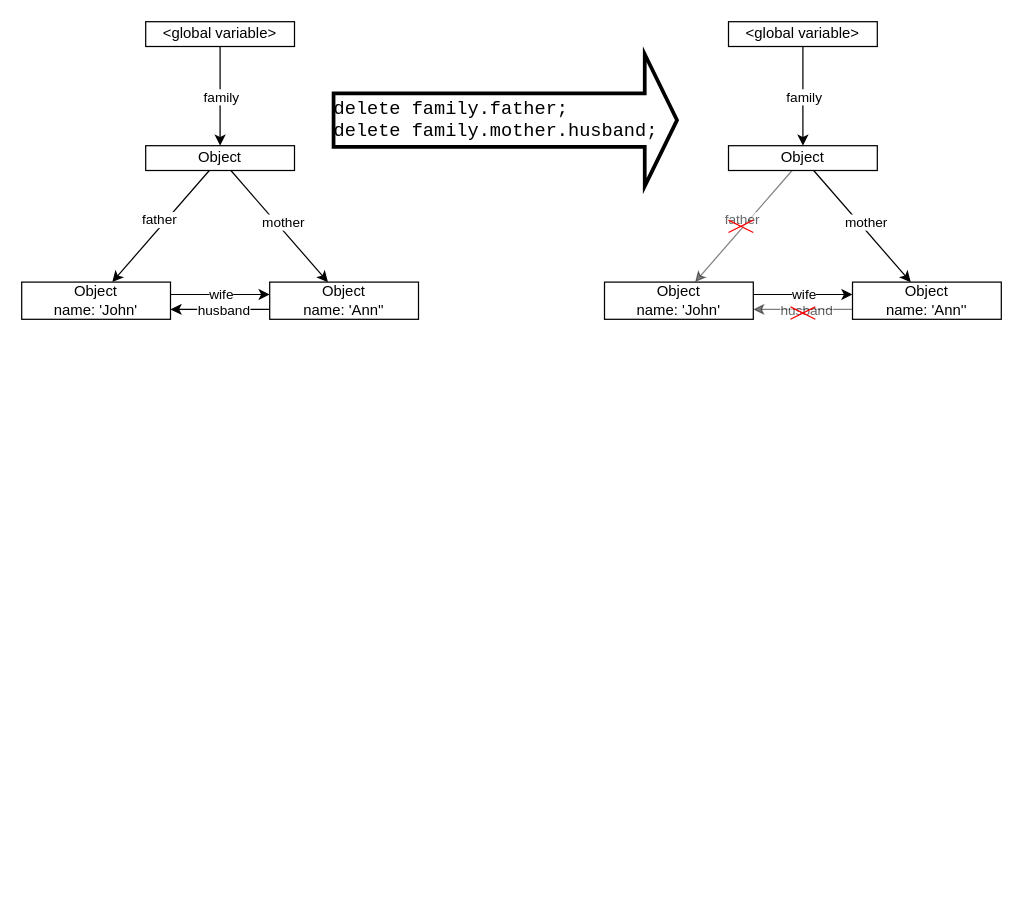
The draw.io diagram relatedObjects.drawio in Gismanus/LJS-objects-, before the edit. Source tidied: cells renumbered, new cells numbered last; positions are measured from the earlier drawing's top-left corner, leaving out a move shared by most shapes. Both pictures are drawn from the tidied source at 124%, with x=0, y=0 at pixel (21, 21). Pictures stored in the file or linked from it are replaced by grey dashed boxes.
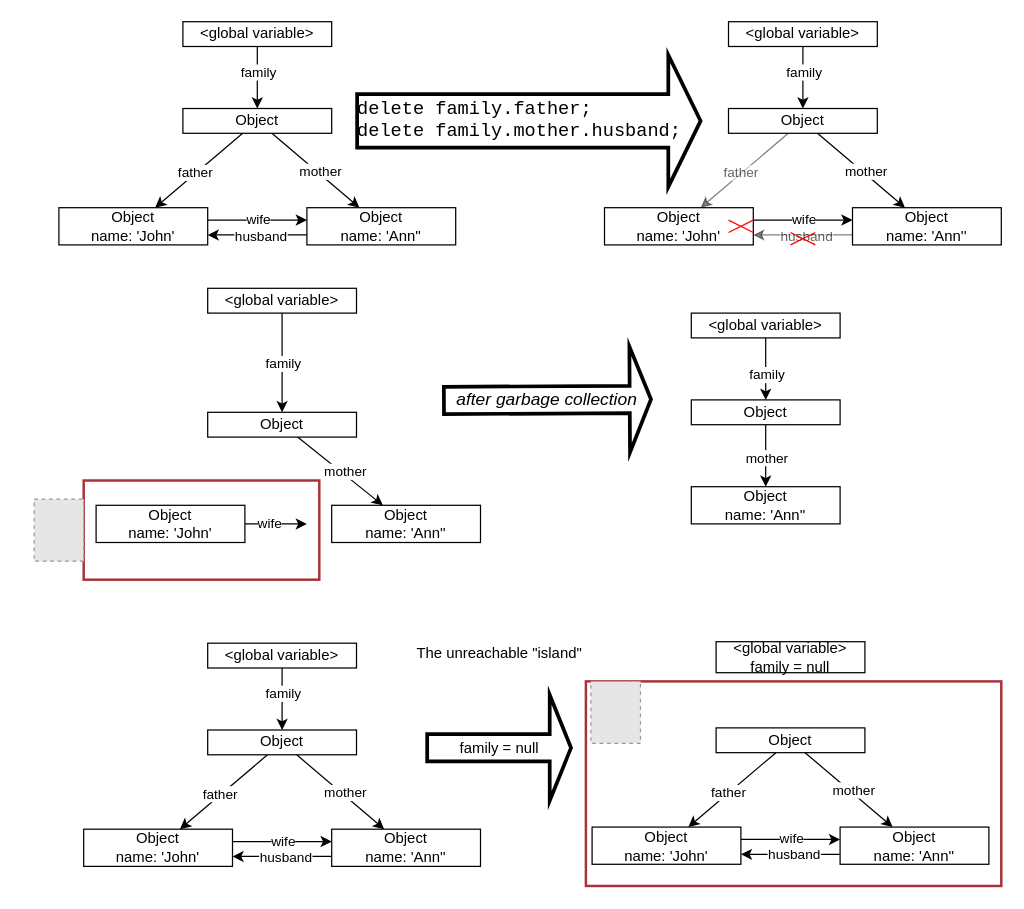
The same page after the edit.

Commit message (it also covers changes not shown here):
decloarate diagramm

Unchanged cells that the change refers to:
```xml
<mxCell id="2" style="jettySize=auto;html=1;rounded=0;jumpStyle=none;" parent="1" edge="1" source="4" target="9">
  <mxGeometry relative="1" as="geometry" />
</mxCell>
<mxCell id="16" style="jettySize=auto;html=1;rounded=0;jumpStyle=none;" parent="1" edge="1" source="18" target="23">
  <mxGeometry relative="1" as="geometry" />
</mxCell>
```

The edit, as a diff of the source:
```diff
@@
+    <mxCell id="38" style="rounded=0;whiteSpace=wrap;html=1;labelBackgroundColor=none;fontColor=default;fillColor=none;strokeWidth=2;strokeColor=#A7333A;" parent="1" vertex="1">
+      <mxGeometry x="455" y="532" width="335" height="165" as="geometry" />
+    </mxCell>
@@
     <mxCell id="3" value="family" style="edgeLabel;html=1;align=center;verticalAlign=middle;" parent="2" vertex="1">
       <mxGeometry x="-0.25" y="4" relative="1" as="geometry">
-        <mxPoint x="-4" y="10" as="offset" />
+        <mxPoint x="-4" y="1" as="offset" />
       </mxGeometry>
     </mxCell>
     <mxCell id="4" value="&amp;lt;global variable&amp;gt;" style="rounded=0;whiteSpace=wrap;html=1;" parent="1" vertex="1">
-      <mxGeometry x="100" width="120" height="20" as="geometry" />
+      <mxGeometry x="130" width="120" height="20" as="geometry" />
     </mxCell>
@@
     <mxCell id="9" value="Object" style="rounded=0;whiteSpace=wrap;html=1;" parent="1" vertex="1">
-      <mxGeometry x="100" y="100" width="120" height="20" as="geometry" />
+      <mxGeometry x="130" y="70" width="120" height="20" as="geometry" />
     </mxCell>
     <mxCell id="10" style="orthogonalLoop=1;jettySize=auto;html=1;rounded=0;jumpStyle=none;" parent="1" edge="1">
       <mxGeometry relative="1" as="geometry">
-        <mxPoint x="120" y="220" as="sourcePoint" />
-        <mxPoint x="200" y="220" as="targetPoint" />
+        <mxPoint x="150" y="160" as="sourcePoint" />
+        <mxPoint x="230" y="160" as="targetPoint" />
       </mxGeometry>
     </mxCell>
@@
     <mxCell id="12" value="Object&lt;br&gt;name: 'John'" style="rounded=0;whiteSpace=wrap;html=1;" parent="1" vertex="1">
-      <mxGeometry y="210" width="120" height="30" as="geometry" />
+      <mxGeometry x="30" y="150" width="120" height="30" as="geometry" />
     </mxCell>
     <mxCell id="13" style="edgeStyle=none;rounded=0;jumpStyle=none;orthogonalLoop=1;jettySize=auto;html=1;" parent="1" edge="1">
       <mxGeometry relative="1" as="geometry">
-        <mxPoint x="200" y="232" as="sourcePoint" />
-        <mxPoint x="120" y="232" as="targetPoint" />
+        <mxPoint x="230" y="172" as="sourcePoint" />
+        <mxPoint x="150" y="172" as="targetPoint" />
       </mxGeometry>
     </mxCell>
@@
     <mxCell id="15" value="Object&lt;br&gt;name: 'Ann''" style="rounded=0;whiteSpace=wrap;html=1;" parent="1" vertex="1">
-      <mxGeometry x="200" y="210" width="120" height="30" as="geometry" />
+      <mxGeometry x="230" y="150" width="120" height="30" as="geometry" />
     </mxCell>
@@
     <mxCell id="17" value="family" style="edgeLabel;html=1;align=center;verticalAlign=middle;" parent="16" vertex="1">
       <mxGeometry x="-0.25" y="4" relative="1" as="geometry">
-        <mxPoint x="-4" y="10" as="offset" />
+        <mxPoint x="-4" y="1" as="offset" />
       </mxGeometry>
     </mxCell>
@@
     <mxCell id="23" value="Object" style="rounded=0;whiteSpace=wrap;html=1;" parent="1" vertex="1">
-      <mxGeometry x="570" y="100" width="120" height="20" as="geometry" />
+      <mxGeometry x="570" y="70" width="120" height="20" as="geometry" />
     </mxCell>
     <mxCell id="24" style="orthogonalLoop=1;jettySize=auto;html=1;rounded=0;jumpStyle=none;" parent="1" edge="1">
       <mxGeometry relative="1" as="geometry">
-        <mxPoint x="590" y="220" as="sourcePoint" />
-        <mxPoint x="670" y="220" as="targetPoint" />
+        <mxPoint x="590" y="160" as="sourcePoint" />
+        <mxPoint x="670" y="160" as="targetPoint" />
       </mxGeometry>
     </mxCell>
@@
     <mxCell id="26" value="Object&lt;br&gt;name: 'John'" style="rounded=0;whiteSpace=wrap;html=1;" parent="1" vertex="1">
-      <mxGeometry x="470" y="210" width="120" height="30" as="geometry" />
+      <mxGeometry x="470" y="150" width="120" height="30" as="geometry" />
     </mxCell>
     <mxCell id="27" style="edgeStyle=none;rounded=0;jumpStyle=none;orthogonalLoop=1;jettySize=auto;html=1;textOpacity=60;opacity=50;" parent="1" edge="1">
       <mxGeometry relative="1" as="geometry">
-        <mxPoint x="670" y="232" as="sourcePoint" />
-        <mxPoint x="590" y="232" as="targetPoint" />
+        <mxPoint x="670" y="172" as="sourcePoint" />
+        <mxPoint x="590" y="172" as="targetPoint" />
       </mxGeometry>
     </mxCell>
@@
     <mxCell id="29" value="Object&lt;br&gt;name: 'Ann''" style="rounded=0;whiteSpace=wrap;html=1;" parent="1" vertex="1">
-      <mxGeometry x="670" y="210" width="120" height="30" as="geometry" />
+      <mxGeometry x="670" y="150" width="120" height="30" as="geometry" />
     </mxCell>
     <mxCell id="30" value="&lt;span style=&quot;font-family: Consolas, &amp;quot;Lucida Console&amp;quot;, Menlo, Monaco, monospace; font-size: 15px;&quot; class=&quot;token keyword&quot;&gt;delete&lt;/span&gt;&lt;span style=&quot;font-family: Consolas, &amp;quot;Lucida Console&amp;quot;, Menlo, Monaco, monospace; font-size: 15px;&quot;&gt; family&lt;/span&gt;&lt;span style=&quot;font-family: Consolas, &amp;quot;Lucida Console&amp;quot;, Menlo, Monaco, monospace; font-size: 15px;&quot; class=&quot;token punctuation&quot;&gt;.&lt;/span&gt;&lt;span style=&quot;font-family: Consolas, &amp;quot;Lucida Console&amp;quot;, Menlo, Monaco, monospace; font-size: 15px;&quot;&gt;father&lt;/span&gt;&lt;span style=&quot;font-family: Consolas, &amp;quot;Lucida Console&amp;quot;, Menlo, Monaco, monospace; font-size: 15px;&quot; class=&quot;token punctuation&quot;&gt;;&lt;/span&gt;&lt;span style=&quot;font-family: Consolas, &amp;quot;Lucida Console&amp;quot;, Menlo, Monaco, monospace; font-size: 15px;&quot;&gt;&lt;br&gt;&lt;/span&gt;&lt;span style=&quot;font-family: Consolas, &amp;quot;Lucida Console&amp;quot;, Menlo, Monaco, monospace; font-size: 15px;&quot; class=&quot;token keyword&quot;&gt;delete&lt;/span&gt;&lt;span style=&quot;font-family: Consolas, &amp;quot;Lucida Console&amp;quot;, Menlo, Monaco, monospace; font-size: 15px;&quot;&gt; family&lt;/span&gt;&lt;span style=&quot;font-family: Consolas, &amp;quot;Lucida Console&amp;quot;, Menlo, Monaco, monospace; font-size: 15px;&quot; class=&quot;token punctuation&quot;&gt;.&lt;/span&gt;&lt;span style=&quot;font-family: Consolas, &amp;quot;Lucida Console&amp;quot;, Menlo, Monaco, monospace; font-size: 15px;&quot;&gt;mother&lt;/span&gt;&lt;span style=&quot;font-family: Consolas, &amp;quot;Lucida Console&amp;quot;, Menlo, Monaco, monospace; font-size: 15px;&quot; class=&quot;token punctuation&quot;&gt;.&lt;/span&gt;&lt;span style=&quot;font-family: Consolas, &amp;quot;Lucida Console&amp;quot;, Menlo, Monaco, monospace; font-size: 15px;&quot;&gt;husband&lt;/span&gt;&lt;span style=&quot;font-family: Consolas, &amp;quot;Lucida Console&amp;quot;, Menlo, Monaco, monospace; font-size: 15px;&quot; class=&quot;token punctuation&quot;&gt;;&lt;/span&gt;" style="rounded=0;whiteSpace=wrap;html=1;align=left;fillColor=none;strokeColor=none;fontColor=default;labelBackgroundColor=none;" parent="1" vertex="1">
-      <mxGeometry x="250" y="60" width="270" height="40" as="geometry" />
+      <mxGeometry x="269" y="60" width="270" height="40" as="geometry" />
     </mxCell>
     <mxCell id="31" style="shape=flexArrow;endArrow=classic;html=1;rounded=0;jumpStyle=none;width=41.05263157894737;endSize=7.684210526315789;endWidth=60.332409972299175;strokeWidth=3;" parent="1" edge="1">
       <mxGeometry relative="1" as="geometry">
-        <mxPoint x="250" y="79.4" as="sourcePoint" />
-        <mxPoint x="530" y="79.4" as="targetPoint" />
+        <mxPoint x="269" y="80" as="sourcePoint" />
+        <mxPoint x="549" y="80" as="targetPoint" />
       </mxGeometry>
     </mxCell>
     <mxCell id="32" style="group;" parent="1" vertex="1">
-      <mxGeometry x="620" y="230" width="20" height="10" as="geometry" />
+      <mxGeometry x="620" y="170" width="20" height="10" as="geometry" />
     </mxCell>
@@
+    <mxCell id="39" style="jettySize=auto;html=1;rounded=0;jumpStyle=none;" parent="1" edge="1" source="41" target="44">
+      <mxGeometry relative="1" as="geometry" />
+    </mxCell>
+    <mxCell id="40" value="family" style="edgeLabel;html=1;align=center;verticalAlign=middle;" parent="39" vertex="1">
+      <mxGeometry x="-0.25" y="4" relative="1" as="geometry">
+        <mxPoint x="-4" y="10" as="offset" />
+      </mxGeometry>
+    </mxCell>
+    <mxCell id="41" value="&amp;lt;global variable&amp;gt;" style="rounded=0;whiteSpace=wrap;html=1;" parent="1" vertex="1">
+      <mxGeometry x="150" y="215" width="120" height="20" as="geometry" />
+    </mxCell>
+    <mxCell id="42" style="edgeStyle=none;rounded=0;jumpStyle=none;jettySize=auto;html=1;" parent="1" edge="1" source="44" target="48">
+      <mxGeometry relative="1" as="geometry" />
+    </mxCell>
+    <mxCell id="43" value="mother" style="edgeLabel;html=1;align=center;verticalAlign=middle;" parent="42" vertex="1">
+      <mxGeometry x="-0.27" relative="1" as="geometry">
+        <mxPoint x="13" y="8" as="offset" />
+      </mxGeometry>
+    </mxCell>
+    <mxCell id="44" value="Object" style="rounded=0;whiteSpace=wrap;html=1;" parent="1" vertex="1">
+      <mxGeometry x="150" y="315" width="120" height="20" as="geometry" />
+    </mxCell>
+    <mxCell id="45" style="jettySize=auto;html=1;rounded=0;jumpStyle=none;" parent="1" edge="1" source="47">
+      <mxGeometry relative="1" as="geometry">
+        <mxPoint x="230" y="405" as="targetPoint" />
+      </mxGeometry>
+    </mxCell>
+    <mxCell id="46" value="wife" style="edgeLabel;html=1;align=center;verticalAlign=middle;" parent="45" vertex="1">
+      <mxGeometry x="0.37" relative="1" as="geometry">
+        <mxPoint x="-15" y="-1" as="offset" />
+      </mxGeometry>
+    </mxCell>
+    <mxCell id="47" value="Object&lt;br&gt;name: 'John'" style="rounded=0;whiteSpace=wrap;html=1;" parent="1" vertex="1">
+      <mxGeometry x="60" y="390" width="120" height="30" as="geometry" />
+    </mxCell>
+    <mxCell id="48" value="Object&lt;br&gt;name: 'Ann''" style="rounded=0;whiteSpace=wrap;html=1;" parent="1" vertex="1">
+      <mxGeometry x="250" y="390" width="120" height="30" as="geometry" />
+    </mxCell>
+    <mxCell id="49" style="rounded=0;whiteSpace=wrap;html=1;labelBackgroundColor=none;fontColor=default;fillColor=none;strokeWidth=2;strokeColor=#A7333A;" parent="1" vertex="1">
+      <mxGeometry x="50" y="370" width="190" height="80" as="geometry" />
+    </mxCell>
+    <mxCell id="50" style="fillColor=#E6E6E6;strokeColor=#999999;dashed=1;verticalLabelPosition=bottom;labelBackgroundColor=default;verticalAlign=top;" parent="1" vertex="1">
+      <mxGeometry x="10" y="385" width="40" height="50" as="geometry" />
+    </mxCell>
+    <mxCell id="51" value="&lt;span style=&quot;font-family: sans-serif; font-size: 14px; font-style: italic; font-variant-ligatures: normal; font-variant-caps: normal; font-weight: 400; letter-spacing: normal; orphans: 2; text-align: start; text-indent: 0px; text-transform: none; widows: 2; word-spacing: 0px; -webkit-text-stroke-width: 0px; text-decoration-thickness: initial; text-decoration-style: initial; text-decoration-color: initial; float: none; display: inline !important;&quot;&gt;after garbage collection&lt;/span&gt;" style="text;whiteSpace=wrap;html=1;fontColor=default;labelBackgroundColor=none;verticalAlign=middle;" parent="1" vertex="1">
+      <mxGeometry x="349" y="295" width="150" height="20" as="geometry" />
+    </mxCell>
+    <mxCell id="52" style="shape=flexArrow;endArrow=classic;html=1;rounded=0;jumpStyle=none;width=20;endSize=4.725;endWidth=60.332409972299175;strokeWidth=3;" parent="1" edge="1">
+      <mxGeometry relative="1" as="geometry">
+        <mxPoint x="339" y="305.5" as="sourcePoint" />
+        <mxPoint x="509" y="304.5" as="targetPoint" />
+      </mxGeometry>
+    </mxCell>
+    <mxCell id="53" style="jettySize=auto;html=1;rounded=0;jumpStyle=none;" parent="1" edge="1" source="55" target="58">
+      <mxGeometry relative="1" as="geometry" />
+    </mxCell>
+    <mxCell id="54" value="family" style="edgeLabel;html=1;align=center;verticalAlign=middle;" parent="53" vertex="1">
+      <mxGeometry x="-0.25" y="4" relative="1" as="geometry">
+        <mxPoint x="-4" y="10" as="offset" />
+      </mxGeometry>
+    </mxCell>
+    <mxCell id="55" value="&amp;lt;global variable&amp;gt;" style="rounded=0;whiteSpace=wrap;html=1;" parent="1" vertex="1">
+      <mxGeometry x="540" y="235" width="120" height="20" as="geometry" />
+    </mxCell>
+    <mxCell id="56" style="edgeStyle=none;rounded=0;jumpStyle=none;jettySize=auto;html=1;" parent="1" edge="1" source="58" target="59">
+      <mxGeometry relative="1" as="geometry" />
+    </mxCell>
+    <mxCell id="57" value="mother" style="edgeLabel;html=1;align=center;verticalAlign=middle;" parent="56" vertex="1">
+      <mxGeometry x="-0.27" relative="1" as="geometry">
+        <mxPoint y="8" as="offset" />
+      </mxGeometry>
+    </mxCell>
+    <mxCell id="58" value="Object" style="rounded=0;whiteSpace=wrap;html=1;" parent="1" vertex="1">
+      <mxGeometry x="540" y="305" width="120" height="20" as="geometry" />
+    </mxCell>
+    <mxCell id="59" value="Object&lt;br&gt;name: 'Ann''" style="rounded=0;whiteSpace=wrap;html=1;" parent="1" vertex="1">
+      <mxGeometry x="540" y="375" width="120" height="30" as="geometry" />
+    </mxCell>
+    <mxCell id="60" value="&amp;lt;global variable&amp;gt;&lt;br&gt;family = null" style="rounded=0;whiteSpace=wrap;html=1;" parent="1" vertex="1">
+      <mxGeometry x="560" y="500" width="120" height="25" as="geometry" />
+    </mxCell>
+    <mxCell id="61" style="jettySize=auto;html=1;rounded=0;jumpStyle=none;" parent="1" edge="1" source="65" target="68">
+      <mxGeometry relative="1" as="geometry" />
+    </mxCell>
+    <mxCell id="62" value="father" style="edgeLabel;html=1;align=center;verticalAlign=middle;" parent="61" vertex="1">
+      <mxGeometry x="-0.44" y="-3" relative="1" as="geometry">
+        <mxPoint x="-17" y="17" as="offset" />
+      </mxGeometry>
+    </mxCell>
+    <mxCell id="63" style="edgeStyle=none;rounded=0;jumpStyle=none;jettySize=auto;html=1;" parent="1" edge="1" source="65" target="71">
+      <mxGeometry relative="1" as="geometry" />
+    </mxCell>
+    <mxCell id="64" value="mother" style="edgeLabel;html=1;align=center;verticalAlign=middle;" parent="63" vertex="1">
+      <mxGeometry x="-0.27" relative="1" as="geometry">
+        <mxPoint x="13" y="8" as="offset" />
+      </mxGeometry>
+    </mxCell>
+    <mxCell id="65" value="Object" style="rounded=0;whiteSpace=wrap;html=1;" parent="1" vertex="1">
+      <mxGeometry x="560" y="569.5" width="120" height="20" as="geometry" />
+    </mxCell>
+    <mxCell id="66" style="orthogonalLoop=1;jettySize=auto;html=1;rounded=0;jumpStyle=none;" parent="1" edge="1">
+      <mxGeometry relative="1" as="geometry">
+        <mxPoint x="580" y="659.5" as="sourcePoint" />
+        <mxPoint x="660" y="659.5" as="targetPoint" />
+      </mxGeometry>
+    </mxCell>
+    <mxCell id="67" value="wife" style="edgeLabel;html=1;align=center;verticalAlign=middle;" parent="66" vertex="1">
+      <mxGeometry x="0.37" relative="1" as="geometry">
+        <mxPoint x="-15" y="-1" as="offset" />
+      </mxGeometry>
+    </mxCell>
+    <mxCell id="68" value="Object&lt;br&gt;name: 'John'" style="rounded=0;whiteSpace=wrap;html=1;" parent="1" vertex="1">
+      <mxGeometry x="460" y="649.5" width="120" height="30" as="geometry" />
+    </mxCell>
+    <mxCell id="69" style="edgeStyle=none;rounded=0;jumpStyle=none;orthogonalLoop=1;jettySize=auto;html=1;" parent="1" edge="1">
+      <mxGeometry relative="1" as="geometry">
+        <mxPoint x="660" y="671.5" as="sourcePoint" />
+        <mxPoint x="580" y="671.5" as="targetPoint" />
+      </mxGeometry>
+    </mxCell>
+    <mxCell id="70" value="husband" style="edgeLabel;html=1;align=center;verticalAlign=middle;" parent="69" vertex="1">
+      <mxGeometry x="0.4" relative="1" as="geometry">
+        <mxPoint x="18" as="offset" />
+      </mxGeometry>
+    </mxCell>
+    <mxCell id="71" value="Object&lt;br&gt;name: 'Ann''" style="rounded=0;whiteSpace=wrap;html=1;" parent="1" vertex="1">
+      <mxGeometry x="660" y="649.5" width="120" height="30" as="geometry" />
+    </mxCell>
+    <mxCell id="72" style="fillColor=#E6E6E6;strokeColor=#999999;dashed=1;verticalLabelPosition=bottom;labelBackgroundColor=default;verticalAlign=top;" parent="1" vertex="1">
+      <mxGeometry x="459" y="532" width="40" height="50" as="geometry" />
+    </mxCell>
+    <mxCell id="73" style="jettySize=auto;html=1;rounded=0;jumpStyle=none;" parent="1" edge="1" source="75" target="80">
+      <mxGeometry relative="1" as="geometry" />
+    </mxCell>
+    <mxCell id="74" value="family" style="edgeLabel;html=1;align=center;verticalAlign=middle;" parent="73" vertex="1">
+      <mxGeometry x="-0.25" y="4" relative="1" as="geometry">
+        <mxPoint x="-4" y="1" as="offset" />
+      </mxGeometry>
+    </mxCell>
+    <mxCell id="75" value="&amp;lt;global variable&amp;gt;" style="rounded=0;whiteSpace=wrap;html=1;" parent="1" vertex="1">
+      <mxGeometry x="150" y="501.2" width="120" height="20" as="geometry" />
+    </mxCell>
+    <mxCell id="76" style="jettySize=auto;html=1;rounded=0;jumpStyle=none;" parent="1" edge="1" source="80" target="83">
+      <mxGeometry relative="1" as="geometry" />
+    </mxCell>
+    <mxCell id="77" value="father" style="edgeLabel;html=1;align=center;verticalAlign=middle;" parent="76" vertex="1">
+      <mxGeometry x="-0.44" y="-3" relative="1" as="geometry">
+        <mxPoint x="-17" y="17" as="offset" />
+      </mxGeometry>
+    </mxCell>
+    <mxCell id="78" style="edgeStyle=none;rounded=0;jumpStyle=none;jettySize=auto;html=1;" parent="1" edge="1" source="80" target="86">
+      <mxGeometry relative="1" as="geometry" />
+    </mxCell>
+    <mxCell id="79" value="mother" style="edgeLabel;html=1;align=center;verticalAlign=middle;" parent="78" vertex="1">
+      <mxGeometry x="-0.27" relative="1" as="geometry">
+        <mxPoint x="13" y="8" as="offset" />
+      </mxGeometry>
+    </mxCell>
+    <mxCell id="80" value="Object" style="rounded=0;whiteSpace=wrap;html=1;" parent="1" vertex="1">
+      <mxGeometry x="150" y="571.2" width="120" height="20" as="geometry" />
+    </mxCell>
+    <mxCell id="81" style="orthogonalLoop=1;jettySize=auto;html=1;rounded=0;jumpStyle=none;" parent="1" edge="1">
+      <mxGeometry relative="1" as="geometry">
+        <mxPoint x="170" y="661.2" as="sourcePoint" />
+        <mxPoint x="250" y="661.2" as="targetPoint" />
+      </mxGeometry>
+    </mxCell>
+    <mxCell id="82" value="wife" style="edgeLabel;html=1;align=center;verticalAlign=middle;" parent="81" vertex="1">
+      <mxGeometry x="0.37" relative="1" as="geometry">
+        <mxPoint x="-15" y="-1" as="offset" />
+      </mxGeometry>
+    </mxCell>
+    <mxCell id="83" value="Object&lt;br&gt;name: 'John'" style="rounded=0;whiteSpace=wrap;html=1;" parent="1" vertex="1">
+      <mxGeometry x="50" y="651.2" width="120" height="30" as="geometry" />
+    </mxCell>
+    <mxCell id="84" style="edgeStyle=none;rounded=0;jumpStyle=none;orthogonalLoop=1;jettySize=auto;html=1;" parent="1" edge="1">
+      <mxGeometry relative="1" as="geometry">
+        <mxPoint x="250" y="673.2" as="sourcePoint" />
+        <mxPoint x="170" y="673.2" as="targetPoint" />
+      </mxGeometry>
+    </mxCell>
+    <mxCell id="85" value="husband" style="edgeLabel;html=1;align=center;verticalAlign=middle;" parent="84" vertex="1">
+      <mxGeometry x="0.4" relative="1" as="geometry">
+        <mxPoint x="18" as="offset" />
+      </mxGeometry>
+    </mxCell>
+    <mxCell id="86" value="Object&lt;br&gt;name: 'Ann''" style="rounded=0;whiteSpace=wrap;html=1;" parent="1" vertex="1">
+      <mxGeometry x="250" y="651.2" width="120" height="30" as="geometry" />
+    </mxCell>
+    <mxCell id="87" value="family = null" style="text;html=1;align=center;verticalAlign=middle;strokeColor=none;fillColor=none;fontColor=default;" parent="1" vertex="1">
+      <mxGeometry x="340" y="571.2" width="90" height="30" as="geometry" />
+    </mxCell>
+    <mxCell id="88" style="shape=flexArrow;endArrow=classic;html=1;rounded=0;jumpStyle=none;width=20;endSize=4.725;endWidth=60.332409972299175;strokeWidth=3;" parent="1" edge="1">
+      <mxGeometry relative="1" as="geometry">
+        <mxPoint x="325.5" y="585.6" as="sourcePoint" />
+        <mxPoint x="444.5" y="585.6" as="targetPoint" />
+      </mxGeometry>
+    </mxCell>
+    <mxCell id="89" value="The unreachable &quot;island&quot;" style="text;html=1;align=center;verticalAlign=middle;strokeColor=none;fillColor=none;fontColor=default;" parent="1" vertex="1">
+      <mxGeometry x="305" y="495" width="160" height="30" as="geometry" />
+    </mxCell>
```
